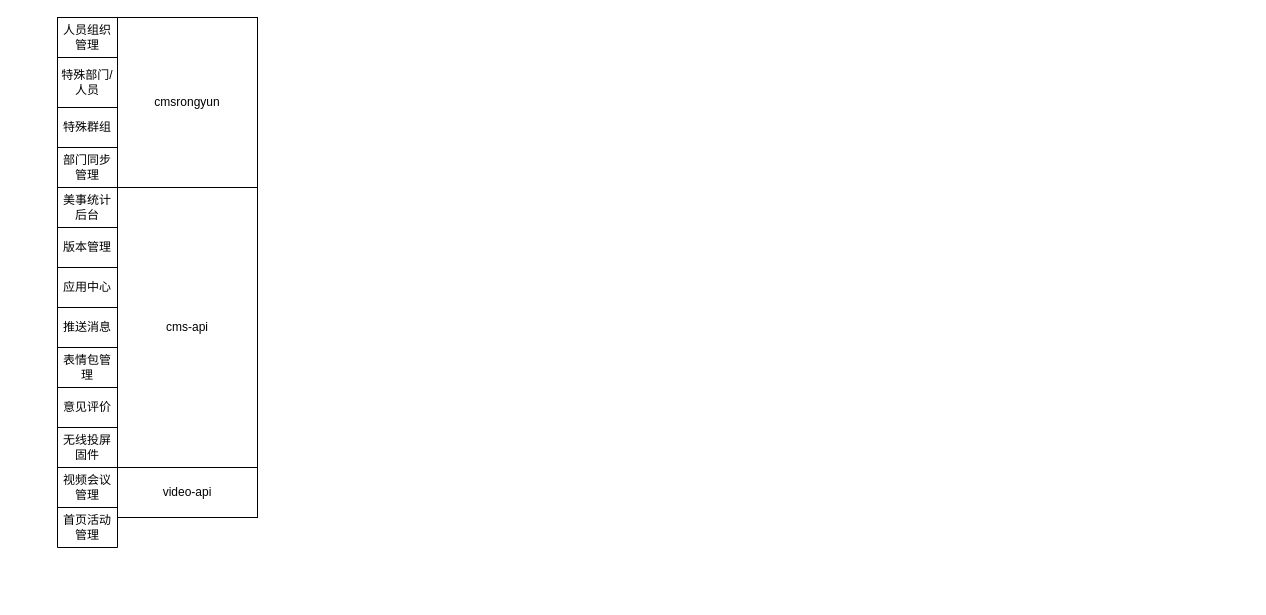
Earlier version of the draw.io diagram cmsjiagou.drawio (nullbull/uml). Source tidied: cells renumbered, new cells numbered last; positions are measured from the earlier drawing's top-left corner, leaving out a move shared by most shapes. Both pictures are drawn from the tidied source at 100%, with x=0, y=0 at pixel (57, 17).
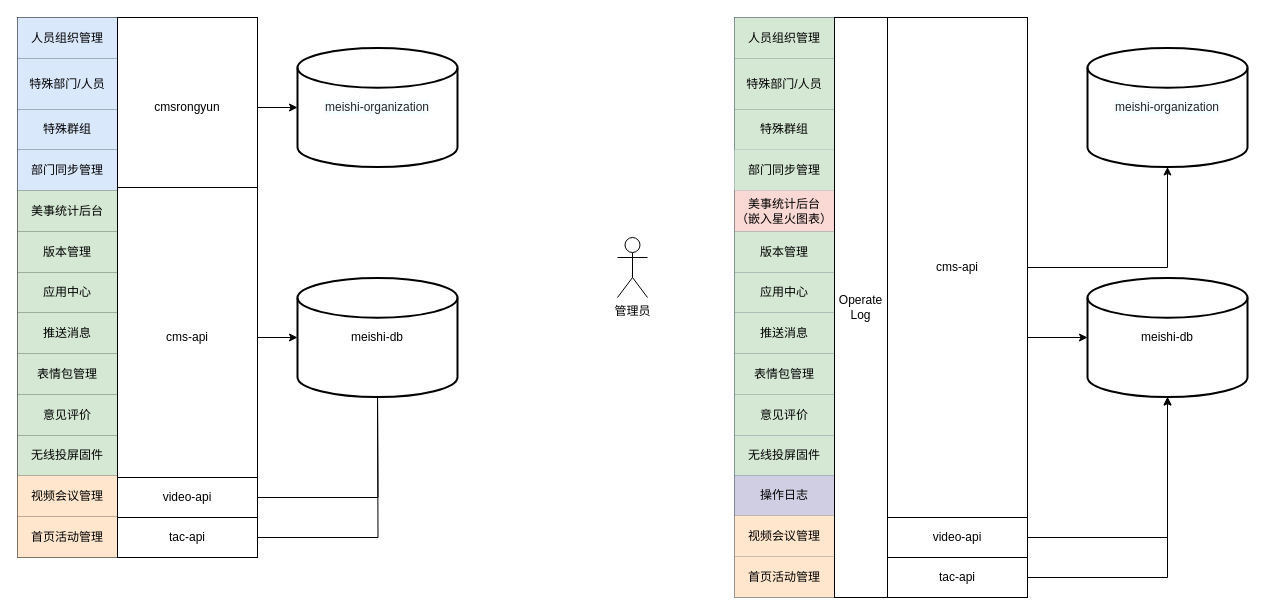
After the change.

What changed in the source:
```diff
@@
     <mxCell id="2" style="shape=table;html=1;whiteSpace=wrap;startSize=0;childLayout=tableLayout;" parent="1" vertex="1">
-      <mxGeometry width="60" height="530" as="geometry" />
+      <mxGeometry x="-40" width="100" height="540" as="geometry" />
     </mxCell>
     <mxCell id="3" style="shape=partialRectangle;html=1;whiteSpace=wrap;fillColor=none;top=0;left=0;bottom=0;right=0;" parent="2" vertex="1">
-      <mxGeometry width="60" height="40" as="geometry" />
+      <mxGeometry width="100" height="41" as="geometry" />
     </mxCell>
-    <mxCell id="4" value="人员组织管理" style="shape=partialRectangle;html=1;whiteSpace=wrap;fillColor=none;top=0;left=0;bottom=0;right=0;overflow=hidden;" parent="3" vertex="1">
-      <mxGeometry width="60" height="40" as="geometry" />
+    <mxCell id="4" value="人员组织管理" style="shape=partialRectangle;html=1;whiteSpace=wrap;fillColor=#dae8fc;top=0;left=0;bottom=0;right=0;overflow=hidden;strokeColor=#6c8ebf;" parent="3" vertex="1">
+      <mxGeometry width="100" height="41" as="geometry" />
     </mxCell>
     <mxCell id="5" style="shape=partialRectangle;html=1;whiteSpace=wrap;fillColor=none;top=0;left=0;bottom=0;right=0;" parent="2" vertex="1">
-      <mxGeometry y="40" width="60" height="50" as="geometry" />
+      <mxGeometry y="41" width="100" height="51" as="geometry" />
     </mxCell>
-    <mxCell id="6" value="特殊部门/人员" style="shape=partialRectangle;html=1;whiteSpace=wrap;fillColor=none;top=0;left=0;bottom=0;right=0;overflow=hidden;" parent="5" vertex="1">
-      <mxGeometry width="60" height="50" as="geometry" />
+    <mxCell id="6" value="特殊部门/人员" style="shape=partialRectangle;html=1;whiteSpace=wrap;fillColor=#dae8fc;top=0;left=0;bottom=0;right=0;overflow=hidden;strokeColor=#6c8ebf;" parent="5" vertex="1">
+      <mxGeometry width="100" height="51" as="geometry" />
     </mxCell>
     <mxCell id="7" style="shape=partialRectangle;html=1;whiteSpace=wrap;fillColor=none;top=0;left=0;bottom=0;right=0;" parent="2" vertex="1">
-      <mxGeometry y="90" width="60" height="40" as="geometry" />
+      <mxGeometry y="92" width="100" height="40" as="geometry" />
     </mxCell>
-    <mxCell id="8" value="特殊群组" style="shape=partialRectangle;html=1;whiteSpace=wrap;fillColor=none;top=0;left=0;bottom=0;right=0;overflow=hidden;" parent="7" vertex="1">
-      <mxGeometry width="60" height="40" as="geometry" />
+    <mxCell id="8" value="特殊群组" style="shape=partialRectangle;html=1;whiteSpace=wrap;fillColor=#dae8fc;top=0;left=0;bottom=0;right=0;overflow=hidden;strokeColor=#6c8ebf;" parent="7" vertex="1">
+      <mxGeometry width="100" height="40" as="geometry" />
     </mxCell>
-    <mxCell id="9" style="shape=partialRectangle;html=1;whiteSpace=wrap;fillColor=none;top=0;left=0;bottom=0;right=0;" parent="2" vertex="1">
-      <mxGeometry y="130" width="60" height="40" as="geometry" />
+    <mxCell id="9" style="shape=partialRectangle;html=1;whiteSpace=wrap;fillColor=#dae8fc;top=0;left=0;bottom=0;right=0;strokeColor=#6c8ebf;" parent="2" vertex="1">
+      <mxGeometry y="132" width="100" height="41" as="geometry" />
     </mxCell>
     <mxCell id="10" value="部门同步管理" style="shape=partialRectangle;html=1;whiteSpace=wrap;fillColor=none;top=0;left=0;bottom=0;right=0;overflow=hidden;" parent="9" vertex="1">
-      <mxGeometry width="60" height="40" as="geometry" />
+      <mxGeometry width="100" height="41" as="geometry" />
     </mxCell>
     <mxCell id="11" style="shape=partialRectangle;html=1;whiteSpace=wrap;fillColor=none;top=0;left=0;bottom=0;right=0;" parent="2" vertex="1">
-      <mxGeometry y="170" width="60" height="40" as="geometry" />
+      <mxGeometry y="173" width="100" height="41" as="geometry" />
     </mxCell>
-    <mxCell id="12" value="美事统计后台" style="shape=partialRectangle;html=1;whiteSpace=wrap;fillColor=none;top=0;left=0;bottom=0;right=0;overflow=hidden;" parent="11" vertex="1">
-      <mxGeometry width="60" height="40" as="geometry" />
+    <mxCell id="12" value="美事统计后台" style="shape=partialRectangle;html=1;whiteSpace=wrap;top=0;left=0;bottom=0;right=0;overflow=hidden;fillColor=#d5e8d4;strokeColor=#82b366;" parent="11" vertex="1">
+      <mxGeometry width="100" height="41" as="geometry" />
     </mxCell>
     <mxCell id="13" style="shape=partialRectangle;html=1;whiteSpace=wrap;fillColor=none;top=0;left=0;bottom=0;right=0;" parent="2" vertex="1">
-      <mxGeometry y="210" width="60" height="40" as="geometry" />
+      <mxGeometry y="214" width="100" height="41" as="geometry" />
     </mxCell>
-    <mxCell id="14" value="版本管理" style="shape=partialRectangle;html=1;whiteSpace=wrap;fillColor=none;top=0;left=0;bottom=0;right=0;overflow=hidden;" parent="13" vertex="1">
-      <mxGeometry width="60" height="40" as="geometry" />
+    <mxCell id="14" value="版本管理" style="shape=partialRectangle;html=1;whiteSpace=wrap;fillColor=#d5e8d4;top=0;left=0;bottom=0;right=0;overflow=hidden;strokeColor=#82b366;" parent="13" vertex="1">
+      <mxGeometry width="100" height="41" as="geometry" />
     </mxCell>
     <mxCell id="15" style="shape=partialRectangle;html=1;whiteSpace=wrap;fillColor=none;top=0;left=0;bottom=0;right=0;" parent="2" vertex="1">
-      <mxGeometry y="250" width="60" height="40" as="geometry" />
+      <mxGeometry y="255" width="100" height="40" as="geometry" />
     </mxCell>
-    <mxCell id="16" value="应用中心" style="shape=partialRectangle;html=1;whiteSpace=wrap;fillColor=none;top=0;left=0;bottom=0;right=0;overflow=hidden;" parent="15" vertex="1">
-      <mxGeometry width="60" height="40" as="geometry" />
+    <mxCell id="16" value="应用中心" style="shape=partialRectangle;html=1;whiteSpace=wrap;fillColor=#d5e8d4;top=0;left=0;bottom=0;right=0;overflow=hidden;strokeColor=#82b366;" parent="15" vertex="1">
+      <mxGeometry width="100" height="40" as="geometry" />
     </mxCell>
     <mxCell id="17" style="shape=partialRectangle;html=1;whiteSpace=wrap;fillColor=none;top=0;left=0;bottom=0;right=0;" parent="2" vertex="1">
-      <mxGeometry y="290" width="60" height="40" as="geometry" />
+      <mxGeometry y="295" width="100" height="41" as="geometry" />
     </mxCell>
-    <mxCell id="18" value="推送消息" style="shape=partialRectangle;html=1;whiteSpace=wrap;fillColor=none;top=0;left=0;bottom=0;right=0;overflow=hidden;" parent="17" vertex="1">
-      <mxGeometry width="60" height="40" as="geometry" />
+    <mxCell id="18" value="推送消息" style="shape=partialRectangle;html=1;whiteSpace=wrap;fillColor=#d5e8d4;top=0;left=0;bottom=0;right=0;overflow=hidden;strokeColor=#82b366;" parent="17" vertex="1">
+      <mxGeometry width="100" height="41" as="geometry" />
     </mxCell>
     <mxCell id="19" style="shape=partialRectangle;html=1;whiteSpace=wrap;fillColor=none;top=0;left=0;bottom=0;right=0;" parent="2" vertex="1">
-      <mxGeometry y="330" width="60" height="40" as="geometry" />
+      <mxGeometry y="336" width="100" height="41" as="geometry" />
     </mxCell>
-    <mxCell id="20" value="表情包管理" style="shape=partialRectangle;html=1;whiteSpace=wrap;fillColor=none;top=0;left=0;bottom=0;right=0;overflow=hidden;" parent="19" vertex="1">
-      <mxGeometry width="60" height="40" as="geometry" />
+    <mxCell id="20" value="表情包管理" style="shape=partialRectangle;html=1;whiteSpace=wrap;fillColor=#d5e8d4;top=0;left=0;bottom=0;right=0;overflow=hidden;strokeColor=#82b366;" parent="19" vertex="1">
+      <mxGeometry width="100" height="41" as="geometry" />
     </mxCell>
     <mxCell id="21" style="shape=partialRectangle;html=1;whiteSpace=wrap;fillColor=none;top=0;left=0;bottom=0;right=0;" parent="2" vertex="1">
-      <mxGeometry y="370" width="60" height="40" as="geometry" />
+      <mxGeometry y="377" width="100" height="41" as="geometry" />
     </mxCell>
-    <mxCell id="22" value="意见评价" style="shape=partialRectangle;html=1;whiteSpace=wrap;fillColor=none;top=0;left=0;bottom=0;right=0;overflow=hidden;" parent="21" vertex="1">
-      <mxGeometry width="60" height="40" as="geometry" />
+    <mxCell id="22" value="意见评价" style="shape=partialRectangle;html=1;whiteSpace=wrap;fillColor=#d5e8d4;top=0;left=0;bottom=0;right=0;overflow=hidden;strokeColor=#82b366;" parent="21" vertex="1">
+      <mxGeometry width="100" height="41" as="geometry" />
     </mxCell>
     <mxCell id="23" style="shape=partialRectangle;html=1;whiteSpace=wrap;fillColor=none;top=0;left=0;bottom=0;right=0;" parent="2" vertex="1">
-      <mxGeometry y="410" width="60" height="40" as="geometry" />
+      <mxGeometry y="418" width="100" height="40" as="geometry" />
     </mxCell>
-    <mxCell id="24" value="无线投屏固件" style="shape=partialRectangle;html=1;whiteSpace=wrap;fillColor=none;top=0;left=0;bottom=0;right=0;overflow=hidden;" parent="23" vertex="1">
-      <mxGeometry width="60" height="40" as="geometry" />
+    <mxCell id="24" value="无线投屏固件" style="shape=partialRectangle;html=1;whiteSpace=wrap;fillColor=#d5e8d4;top=0;left=0;bottom=0;right=0;overflow=hidden;strokeColor=#82b366;" parent="23" vertex="1">
+      <mxGeometry width="100" height="40" as="geometry" />
     </mxCell>
     <mxCell id="25" style="shape=partialRectangle;html=1;whiteSpace=wrap;fillColor=none;top=0;left=0;bottom=0;right=0;" parent="2" vertex="1">
-      <mxGeometry y="450" width="60" height="40" as="geometry" />
+      <mxGeometry y="458" width="100" height="41" as="geometry" />
     </mxCell>
-    <mxCell id="26" value="视频会议管理" style="shape=partialRectangle;html=1;whiteSpace=wrap;fillColor=none;top=0;left=0;bottom=0;right=0;overflow=hidden;" parent="25" vertex="1">
-      <mxGeometry width="60" height="40" as="geometry" />
+    <mxCell id="26" value="视频会议管理" style="shape=partialRectangle;html=1;whiteSpace=wrap;fillColor=#ffe6cc;top=0;left=0;bottom=0;right=0;overflow=hidden;strokeColor=#d79b00;" parent="25" vertex="1">
+      <mxGeometry width="100" height="41" as="geometry" />
     </mxCell>
     <mxCell id="27" style="shape=partialRectangle;html=1;whiteSpace=wrap;fillColor=none;top=0;left=0;bottom=0;right=0;" parent="2" vertex="1">
-      <mxGeometry y="490" width="60" height="40" as="geometry" />
+      <mxGeometry y="499" width="100" height="41" as="geometry" />
     </mxCell>
-    <mxCell id="28" value="首页活动管理" style="shape=partialRectangle;html=1;whiteSpace=wrap;fillColor=none;top=0;left=0;bottom=0;right=0;overflow=hidden;" parent="27" vertex="1">
-      <mxGeometry width="60" height="40" as="geometry" />
+    <mxCell id="28" value="首页活动管理" style="shape=partialRectangle;html=1;whiteSpace=wrap;fillColor=#ffe6cc;top=0;left=0;bottom=0;right=0;overflow=hidden;strokeColor=#d79b00;" parent="27" vertex="1">
+      <mxGeometry width="100" height="41" as="geometry" />
     </mxCell>
+    <mxCell id="32" style="edgeStyle=orthogonalEdgeStyle;rounded=0;jettySize=auto;html=1;entryX=0;entryY=0.5;entryDx=0;entryDy=0;entryPerimeter=0;" parent="1" edge="1" source="29" target="37">
+      <mxGeometry relative="1" as="geometry" />
+    </mxCell>
     <mxCell id="29" value="cmsrongyun" style="rounded=0;whiteSpace=wrap;html=1;" parent="1" vertex="1">
-      <mxGeometry x="60" width="140" height="170" as="geometry" />
+      <mxGeometry x="60" width="140" height="180" as="geometry" />
     </mxCell>
+    <mxCell id="33" style="edgeStyle=orthogonalEdgeStyle;rounded=0;jettySize=auto;html=1;" parent="1" edge="1" source="30" target="38">
+      <mxGeometry relative="1" as="geometry" />
+    </mxCell>
     <mxCell id="30" value="cms-api" style="rounded=0;whiteSpace=wrap;html=1;" parent="1" vertex="1">
-      <mxGeometry x="60" y="170" width="140" height="280" as="geometry" />
+      <mxGeometry x="60" y="170" width="140" height="300" as="geometry" />
     </mxCell>
+    <mxCell id="34" style="edgeStyle=orthogonalEdgeStyle;rounded=0;jettySize=auto;html=1;" parent="1" edge="1" source="31">
+      <mxGeometry relative="1" as="geometry">
+        <mxPoint x="320" y="370" as="targetPoint" />
+      </mxGeometry>
+    </mxCell>
     <mxCell id="31" value="video-api" style="rounded=0;whiteSpace=wrap;html=1;" parent="1" vertex="1">
-      <mxGeometry x="60" y="450" width="140" height="50" as="geometry" />
+      <mxGeometry x="60" y="460" width="140" height="40" as="geometry" />
     </mxCell>
+    <mxCell id="35" style="edgeStyle=orthogonalEdgeStyle;rounded=0;jettySize=auto;html=1;" parent="1" edge="1" source="36">
+      <mxGeometry relative="1" as="geometry">
+        <mxPoint x="320" y="370" as="targetPoint" />
+      </mxGeometry>
+    </mxCell>
+    <mxCell id="36" value="tac-api" style="rounded=0;whiteSpace=wrap;html=1;" parent="1" vertex="1">
+      <mxGeometry x="60" y="500" width="140" height="40" as="geometry" />
+    </mxCell>
+    <mxCell id="37" value="&lt;span style=&quot;color: rgba(0 , 0 , 0 , 0.85) ; font-family: &amp;#34;helvetica neue for number&amp;#34; , , &amp;#34;blinkmacsystemfont&amp;#34; , &amp;#34;segoe ui&amp;#34; , &amp;#34;roboto&amp;#34; , &amp;#34;pingfang sc&amp;#34; , &amp;#34;hiragino sans gb&amp;#34; , &amp;#34;microsoft yahei&amp;#34; , &amp;#34;helvetica neue&amp;#34; , &amp;#34;helvetica&amp;#34; , &amp;#34;arial&amp;#34; , sans-serif ; text-align: left ; background-color: rgba(230 , 247 , 255 , 0.333)&quot;&gt;meishi-organization&lt;/span&gt;" style="strokeWidth=2;html=1;shape=mxgraph.flowchart.database;whiteSpace=wrap;" parent="1" vertex="1">
+      <mxGeometry x="240" y="30.5" width="160" height="119" as="geometry" />
+    </mxCell>
+    <mxCell id="38" value="meishi-db" style="strokeWidth=2;html=1;shape=mxgraph.flowchart.database;whiteSpace=wrap;" parent="1" vertex="1">
+      <mxGeometry x="240" y="260.5" width="160" height="119" as="geometry" />
+    </mxCell>
+    <mxCell id="39" style="shape=table;html=1;whiteSpace=wrap;startSize=0;childLayout=tableLayout;fillColor=#647687;strokeColor=#314354;fontColor=#ffffff;" parent="1" vertex="1">
+      <mxGeometry x="677" width="100" height="580" as="geometry" />
+    </mxCell>
+    <mxCell id="40" style="shape=partialRectangle;html=1;whiteSpace=wrap;fillColor=none;top=0;left=0;bottom=0;right=0;" parent="39" vertex="1">
+      <mxGeometry width="100" height="41" as="geometry" />
+    </mxCell>
+    <mxCell id="41" value="人员组织管理" style="shape=partialRectangle;html=1;whiteSpace=wrap;fillColor=#d5e8d4;top=0;left=0;bottom=0;right=0;overflow=hidden;strokeColor=#82b366;" parent="40" vertex="1">
+      <mxGeometry width="100" height="41" as="geometry" />
+    </mxCell>
+    <mxCell id="42" style="shape=partialRectangle;html=1;whiteSpace=wrap;fillColor=none;top=0;left=0;bottom=0;right=0;" parent="39" vertex="1">
+      <mxGeometry y="41" width="100" height="51" as="geometry" />
+    </mxCell>
+    <mxCell id="43" value="特殊部门/人员" style="shape=partialRectangle;html=1;whiteSpace=wrap;fillColor=#d5e8d4;top=0;left=0;bottom=0;right=0;overflow=hidden;strokeColor=#82b366;" parent="42" vertex="1">
+      <mxGeometry width="100" height="51" as="geometry" />
+    </mxCell>
+    <mxCell id="44" style="shape=partialRectangle;html=1;whiteSpace=wrap;fillColor=none;top=0;left=0;bottom=0;right=0;" parent="39" vertex="1">
+      <mxGeometry y="92" width="100" height="40" as="geometry" />
+    </mxCell>
+    <mxCell id="45" value="特殊群组" style="shape=partialRectangle;html=1;whiteSpace=wrap;fillColor=#d5e8d4;top=0;left=0;bottom=0;right=0;overflow=hidden;strokeColor=#82b366;" parent="44" vertex="1">
+      <mxGeometry width="100" height="40" as="geometry" />
+    </mxCell>
+    <mxCell id="46" style="shape=partialRectangle;html=1;whiteSpace=wrap;fillColor=#dae8fc;top=0;left=0;bottom=0;right=0;strokeColor=#6c8ebf;" parent="39" vertex="1">
+      <mxGeometry y="132" width="100" height="41" as="geometry" />
+    </mxCell>
+    <mxCell id="47" value="部门同步管理" style="shape=partialRectangle;html=1;whiteSpace=wrap;fillColor=#d5e8d4;top=0;left=0;bottom=0;right=0;overflow=hidden;strokeColor=#82b366;" parent="46" vertex="1">
+      <mxGeometry width="100" height="41" as="geometry" />
+    </mxCell>
+    <mxCell id="48" style="shape=partialRectangle;html=1;whiteSpace=wrap;fillColor=none;top=0;left=0;bottom=0;right=0;" parent="39" vertex="1">
+      <mxGeometry y="173" width="100" height="41" as="geometry" />
+    </mxCell>
+    <mxCell id="49" value="美事统计后台&lt;br&gt;（嵌入星火图表）" style="shape=partialRectangle;html=1;whiteSpace=wrap;top=0;left=0;bottom=0;right=0;overflow=hidden;fillColor=#fad9d5;strokeColor=#ae4132;" parent="48" vertex="1">
+      <mxGeometry width="100" height="41" as="geometry" />
+    </mxCell>
+    <mxCell id="50" style="shape=partialRectangle;html=1;whiteSpace=wrap;fillColor=none;top=0;left=0;bottom=0;right=0;" parent="39" vertex="1">
+      <mxGeometry y="214" width="100" height="41" as="geometry" />
+    </mxCell>
+    <mxCell id="51" value="版本管理" style="shape=partialRectangle;html=1;whiteSpace=wrap;fillColor=#d5e8d4;top=0;left=0;bottom=0;right=0;overflow=hidden;strokeColor=#82b366;" parent="50" vertex="1">
+      <mxGeometry width="100" height="41" as="geometry" />
+    </mxCell>
+    <mxCell id="52" style="shape=partialRectangle;html=1;whiteSpace=wrap;fillColor=none;top=0;left=0;bottom=0;right=0;" parent="39" vertex="1">
+      <mxGeometry y="255" width="100" height="40" as="geometry" />
+    </mxCell>
+    <mxCell id="53" value="应用中心" style="shape=partialRectangle;html=1;whiteSpace=wrap;fillColor=#d5e8d4;top=0;left=0;bottom=0;right=0;overflow=hidden;strokeColor=#82b366;" parent="52" vertex="1">
+      <mxGeometry width="100" height="40" as="geometry" />
+    </mxCell>
+    <mxCell id="54" style="shape=partialRectangle;html=1;whiteSpace=wrap;fillColor=none;top=0;left=0;bottom=0;right=0;" parent="39" vertex="1">
+      <mxGeometry y="295" width="100" height="41" as="geometry" />
+    </mxCell>
+    <mxCell id="55" value="推送消息" style="shape=partialRectangle;html=1;whiteSpace=wrap;fillColor=#d5e8d4;top=0;left=0;bottom=0;right=0;overflow=hidden;strokeColor=#82b366;" parent="54" vertex="1">
+      <mxGeometry width="100" height="41" as="geometry" />
+    </mxCell>
+    <mxCell id="56" style="shape=partialRectangle;html=1;whiteSpace=wrap;fillColor=none;top=0;left=0;bottom=0;right=0;" parent="39" vertex="1">
+      <mxGeometry y="336" width="100" height="41" as="geometry" />
+    </mxCell>
+    <mxCell id="57" value="表情包管理" style="shape=partialRectangle;html=1;whiteSpace=wrap;fillColor=#d5e8d4;top=0;left=0;bottom=0;right=0;overflow=hidden;strokeColor=#82b366;" parent="56" vertex="1">
+      <mxGeometry width="100" height="41" as="geometry" />
+    </mxCell>
+    <mxCell id="58" style="shape=partialRectangle;html=1;whiteSpace=wrap;fillColor=none;top=0;left=0;bottom=0;right=0;" parent="39" vertex="1">
+      <mxGeometry y="377" width="100" height="41" as="geometry" />
+    </mxCell>
+    <mxCell id="59" value="意见评价" style="shape=partialRectangle;html=1;whiteSpace=wrap;fillColor=#d5e8d4;top=0;left=0;bottom=0;right=0;overflow=hidden;strokeColor=#82b366;" parent="58" vertex="1">
+      <mxGeometry width="100" height="41" as="geometry" />
+    </mxCell>
+    <mxCell id="60" style="shape=partialRectangle;html=1;whiteSpace=wrap;fillColor=none;top=0;left=0;bottom=0;right=0;" parent="39" vertex="1">
+      <mxGeometry y="418" width="100" height="40" as="geometry" />
+    </mxCell>
+    <mxCell id="61" value="无线投屏固件" style="shape=partialRectangle;html=1;whiteSpace=wrap;fillColor=#d5e8d4;top=0;left=0;bottom=0;right=0;overflow=hidden;strokeColor=#82b366;" parent="60" vertex="1">
+      <mxGeometry width="100" height="40" as="geometry" />
+    </mxCell>
+    <mxCell id="62" style="shape=partialRectangle;html=1;whiteSpace=wrap;fillColor=none;top=0;left=0;bottom=0;right=0;" parent="39" vertex="1">
+      <mxGeometry y="458" width="100" height="40" as="geometry" />
+    </mxCell>
+    <mxCell id="63" value="操作日志" style="shape=partialRectangle;html=1;whiteSpace=wrap;fillColor=#d0cee2;top=0;left=0;bottom=0;right=0;overflow=hidden;strokeColor=#56517e;" parent="62" vertex="1">
+      <mxGeometry width="100" height="40" as="geometry" />
+    </mxCell>
+    <mxCell id="64" style="shape=partialRectangle;html=1;whiteSpace=wrap;fillColor=none;top=0;left=0;bottom=0;right=0;" parent="39" vertex="1">
+      <mxGeometry y="498" width="100" height="41" as="geometry" />
+    </mxCell>
+    <mxCell id="65" value="视频会议管理" style="shape=partialRectangle;html=1;whiteSpace=wrap;fillColor=#ffe6cc;top=0;left=0;bottom=0;right=0;overflow=hidden;strokeColor=#d79b00;" parent="64" vertex="1">
+      <mxGeometry width="100" height="41" as="geometry" />
+    </mxCell>
+    <mxCell id="66" style="shape=partialRectangle;html=1;whiteSpace=wrap;fillColor=none;top=0;left=0;bottom=0;right=0;" parent="39" vertex="1">
+      <mxGeometry y="539" width="100" height="41" as="geometry" />
+    </mxCell>
+    <mxCell id="67" value="首页活动管理" style="shape=partialRectangle;html=1;whiteSpace=wrap;fillColor=#ffe6cc;top=0;left=0;bottom=0;right=0;overflow=hidden;strokeColor=#d79b00;" parent="66" vertex="1">
+      <mxGeometry width="100" height="41" as="geometry" />
+    </mxCell>
+    <mxCell id="68" value="管理员" style="shape=umlActor;verticalLabelPosition=bottom;verticalAlign=top;html=1;" parent="1" vertex="1">
+      <mxGeometry x="560" y="220" width="30" height="60" as="geometry" />
+    </mxCell>
+    <mxCell id="69" value="Operate&lt;br&gt;Log" style="rounded=0;whiteSpace=wrap;html=1;" parent="1" vertex="1">
+      <mxGeometry x="777" width="53" height="580" as="geometry" />
+    </mxCell>
+    <mxCell id="70" style="edgeStyle=orthogonalEdgeStyle;rounded=0;jettySize=auto;html=1;entryX=0.5;entryY=1;entryDx=0;entryDy=0;entryPerimeter=0;" parent="1" edge="1" source="72" target="77">
+      <mxGeometry relative="1" as="geometry" />
+    </mxCell>
+    <mxCell id="71" style="edgeStyle=orthogonalEdgeStyle;rounded=0;jettySize=auto;html=1;entryX=0;entryY=0.5;entryDx=0;entryDy=0;entryPerimeter=0;exitX=1;exitY=0.5;exitDx=0;exitDy=0;" parent="1" edge="1" source="72" target="78">
+      <mxGeometry relative="1" as="geometry">
+        <Array as="points">
+          <mxPoint x="970" y="320" />
+        </Array>
+      </mxGeometry>
+    </mxCell>
+    <mxCell id="72" value="cms-api" style="rounded=0;whiteSpace=wrap;html=1;" parent="1" vertex="1">
+      <mxGeometry x="830" width="140" height="500" as="geometry" />
+    </mxCell>
+    <mxCell id="73" style="edgeStyle=orthogonalEdgeStyle;rounded=0;jettySize=auto;html=1;entryX=0.5;entryY=1;entryDx=0;entryDy=0;entryPerimeter=0;" parent="1" edge="1" source="74" target="78">
+      <mxGeometry relative="1" as="geometry" />
+    </mxCell>
+    <mxCell id="74" value="video-api" style="rounded=0;whiteSpace=wrap;html=1;" parent="1" vertex="1">
+      <mxGeometry x="830" y="500" width="140" height="40" as="geometry" />
+    </mxCell>
+    <mxCell id="75" style="edgeStyle=orthogonalEdgeStyle;rounded=0;jettySize=auto;html=1;entryX=0.5;entryY=1;entryDx=0;entryDy=0;entryPerimeter=0;" parent="1" edge="1" source="76" target="78">
+      <mxGeometry relative="1" as="geometry" />
+    </mxCell>
+    <mxCell id="76" value="tac-api" style="rounded=0;whiteSpace=wrap;html=1;" parent="1" vertex="1">
+      <mxGeometry x="830" y="540" width="140" height="40" as="geometry" />
+    </mxCell>
+    <mxCell id="77" value="&lt;span style=&quot;color: rgba(0 , 0 , 0 , 0.85) ; font-family: &amp;#34;helvetica neue for number&amp;#34; , , &amp;#34;blinkmacsystemfont&amp;#34; , &amp;#34;segoe ui&amp;#34; , &amp;#34;roboto&amp;#34; , &amp;#34;pingfang sc&amp;#34; , &amp;#34;hiragino sans gb&amp;#34; , &amp;#34;microsoft yahei&amp;#34; , &amp;#34;helvetica neue&amp;#34; , &amp;#34;helvetica&amp;#34; , &amp;#34;arial&amp;#34; , sans-serif ; text-align: left ; background-color: rgba(230 , 247 , 255 , 0.333)&quot;&gt;meishi-organization&lt;/span&gt;" style="strokeWidth=2;html=1;shape=mxgraph.flowchart.database;whiteSpace=wrap;" parent="1" vertex="1">
+      <mxGeometry x="1030" y="30.5" width="160" height="119" as="geometry" />
+    </mxCell>
+    <mxCell id="78" value="meishi-db" style="strokeWidth=2;html=1;shape=mxgraph.flowchart.database;whiteSpace=wrap;" parent="1" vertex="1">
+      <mxGeometry x="1030" y="260.5" width="160" height="119" as="geometry" />
+    </mxCell>
```
